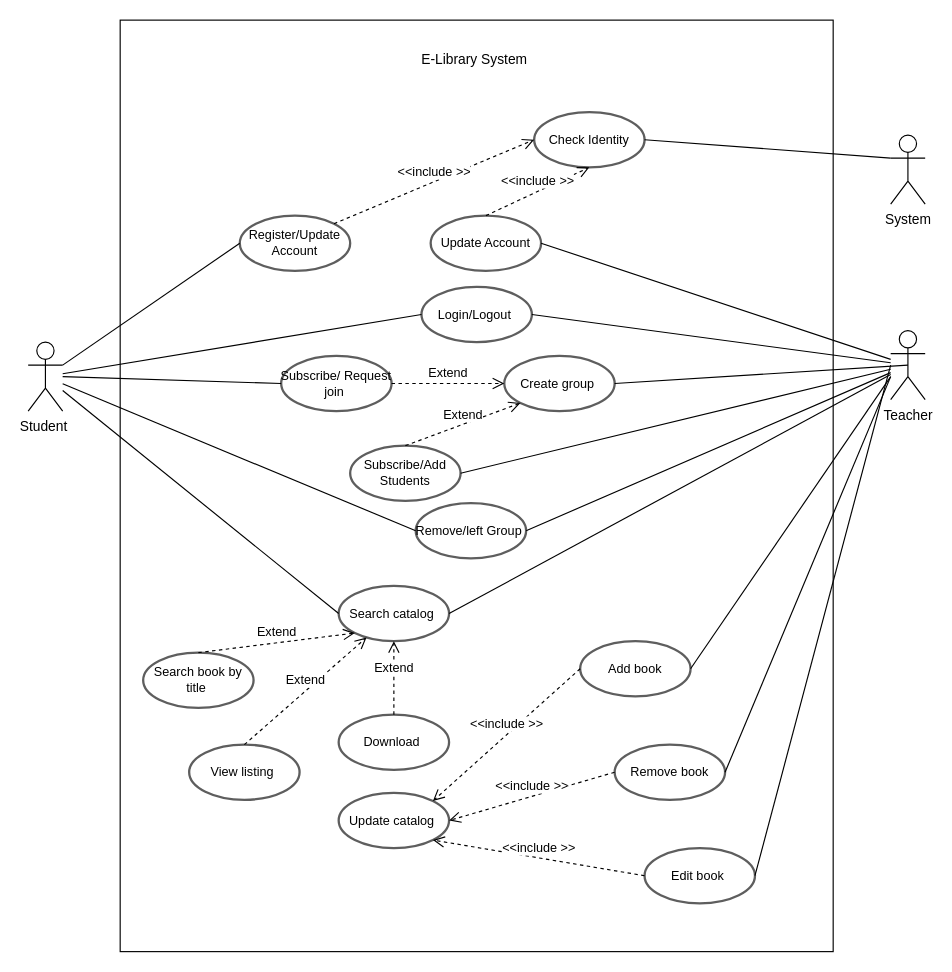
Before: ATM Diagram.drawio in Phearun2020/Appsimple, a draw.io diagram. Source tidied: cells renumbered, new cells numbered last; positions are measured from the earlier drawing's top-left corner, leaving out a move shared by most shapes. Both pictures are drawn from the tidied source at 115%, with x=0, y=0 at pixel (28, 20).
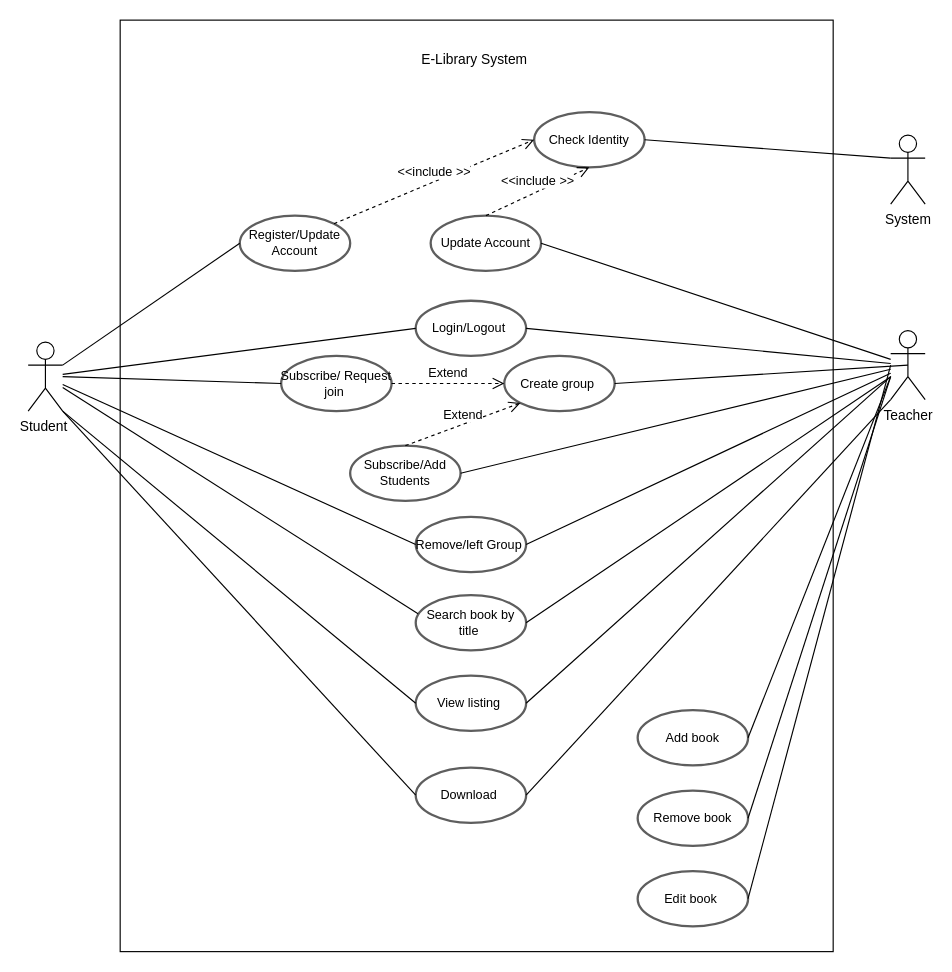
The same diagram, later.

Unchanged cells that the change refers to:
```xml
<mxCell id="3" value="Student&amp;nbsp;" style="shape=umlActor;verticalLabelPosition=bottom;verticalAlign=top;html=1;outlineConnect=0;" parent="1" vertex="1">
  <mxGeometry y="280" width="30" height="60" as="geometry" />
</mxCell>
<mxCell id="4" value="Teacher" style="shape=umlActor;verticalLabelPosition=bottom;verticalAlign=top;html=1;outlineConnect=0;" parent="1" vertex="1">
  <mxGeometry x="750" y="270" width="30" height="60" as="geometry" />
</mxCell>
```

What changed in the source:
```diff
@@
     <mxCell id="11" value="Remove/left Group&amp;nbsp;" style="html=1;overflow=block;whiteSpace=wrap;ellipse;whiteSpace=wrap;fontSize=11;spacing=3;strokeColor=#5e5e5e;strokeOpacity=100;rounded=1;absoluteArcSize=1;arcSize=7;strokeWidth=2;" parent="1" vertex="1">
-      <mxGeometry x="337" y="420" width="96" height="48" as="geometry" />
+      <mxGeometry x="337" y="432" width="96" height="48" as="geometry" />
     </mxCell>
@@
     <mxCell id="15" value="Login/Logout&amp;nbsp;" style="html=1;overflow=block;whiteSpace=wrap;ellipse;whiteSpace=wrap;fontSize=11;spacing=3;strokeColor=#5e5e5e;strokeOpacity=100;rounded=1;absoluteArcSize=1;arcSize=7;strokeWidth=2;" parent="1" vertex="1">
-      <mxGeometry x="342" y="232" width="96" height="48" as="geometry" />
+      <mxGeometry x="337" y="244" width="96" height="48" as="geometry" />
     </mxCell>
@@
-    <mxCell id="23" value="Search catalog&amp;nbsp;" style="html=1;overflow=block;whiteSpace=wrap;ellipse;whiteSpace=wrap;fontSize=11;spacing=3;strokeColor=#5e5e5e;strokeOpacity=100;rounded=1;absoluteArcSize=1;arcSize=7;strokeWidth=2;" parent="1" vertex="1">
-      <mxGeometry x="270" y="492" width="96" height="48" as="geometry" />
-    </mxCell>
     <mxCell id="24" value="Search book by title&amp;nbsp;" style="html=1;overflow=block;whiteSpace=wrap;ellipse;whiteSpace=wrap;fontSize=11;spacing=3;strokeColor=#5e5e5e;strokeOpacity=100;rounded=1;absoluteArcSize=1;arcSize=7;strokeWidth=2;" parent="1" vertex="1">
-      <mxGeometry x="100" y="550" width="96" height="48" as="geometry" />
+      <mxGeometry x="337" y="500" width="96" height="48" as="geometry" />
     </mxCell>
     <mxCell id="25" value="View listing&amp;nbsp;" style="html=1;overflow=block;whiteSpace=wrap;ellipse;whiteSpace=wrap;fontSize=11;spacing=3;strokeColor=#5e5e5e;strokeOpacity=100;rounded=1;absoluteArcSize=1;arcSize=7;strokeWidth=2;" parent="1" vertex="1">
-      <mxGeometry x="140" y="630" width="96" height="48" as="geometry" />
+      <mxGeometry x="337" y="570" width="96" height="48" as="geometry" />
     </mxCell>
     <mxCell id="26" value="Download&amp;nbsp;" style="html=1;overflow=block;whiteSpace=wrap;ellipse;whiteSpace=wrap;fontSize=11;spacing=3;strokeColor=#5e5e5e;strokeOpacity=100;rounded=1;absoluteArcSize=1;arcSize=7;strokeWidth=2;" parent="1" vertex="1">
-      <mxGeometry x="270" y="604" width="96" height="48" as="geometry" />
+      <mxGeometry x="337" y="650" width="96" height="48" as="geometry" />
     </mxCell>
-    <mxCell id="27" value="Extend" style="html=1;verticalAlign=bottom;endArrow=open;dashed=1;endSize=8;exitX=0.5;exitY=0;exitDx=0;exitDy=0;entryX=0;entryY=1;entryDx=0;entryDy=0;" parent="1" edge="1" source="24" target="23">
-      <mxGeometry relative="1" as="geometry" />
-    </mxCell>
     <mxCell id="28" value="Add book" style="html=1;overflow=block;whiteSpace=wrap;ellipse;whiteSpace=wrap;fontSize=11;spacing=3;strokeColor=#5e5e5e;strokeOpacity=100;rounded=1;absoluteArcSize=1;arcSize=7;strokeWidth=2;" parent="1" vertex="1">
-      <mxGeometry x="480" y="540" width="96" height="48" as="geometry" />
+      <mxGeometry x="530" y="600" width="96" height="48" as="geometry" />
     </mxCell>
-    <mxCell id="29" value="Extend" style="html=1;verticalAlign=bottom;endArrow=open;dashed=1;endSize=8;exitX=0.5;exitY=0;exitDx=0;exitDy=0;" parent="1" edge="1" source="25" target="23">
-      <mxGeometry relative="1" as="geometry" />
-    </mxCell>
-    <mxCell id="30" value="Extend" style="html=1;verticalAlign=bottom;endArrow=open;dashed=1;endSize=8;exitX=0.5;exitY=0;exitDx=0;exitDy=0;entryX=0.5;entryY=1;entryDx=0;entryDy=0;" parent="1" edge="1" source="26" target="23">
-      <mxGeometry relative="1" as="geometry" />
-    </mxCell>
-    <mxCell id="31" style="endArrow=none;html=1;exitX=0;exitY=0.5;exitDx=0;exitDy=0;" parent="1" edge="1" source="23" target="3">
+    <mxCell id="31" style="endArrow=none;html=1;exitX=0.021;exitY=0.337;exitDx=0;exitDy=0;exitPerimeter=0;" parent="1" edge="1" source="24" target="3">
       <mxGeometry relative="1" as="geometry" />
     </mxCell>
-    <mxCell id="32" style="endArrow=none;html=1;exitX=1;exitY=0.5;exitDx=0;exitDy=0;" parent="1" edge="1" source="23" target="4">
+    <mxCell id="32" style="endArrow=none;html=1;exitX=1;exitY=0.5;exitDx=0;exitDy=0;" parent="1" edge="1" source="24" target="4">
       <mxGeometry relative="1" as="geometry" />
     </mxCell>
     <mxCell id="33" value="Edit book&amp;nbsp;" style="html=1;overflow=block;whiteSpace=wrap;ellipse;whiteSpace=wrap;fontSize=11;spacing=3;strokeColor=#5e5e5e;strokeOpacity=100;rounded=1;absoluteArcSize=1;arcSize=7;strokeWidth=2;" parent="1" vertex="1">
-      <mxGeometry x="536" y="720" width="96" height="48" as="geometry" />
+      <mxGeometry x="530" y="740" width="96" height="48" as="geometry" />
     </mxCell>
     <mxCell id="34" value="Remove book" style="html=1;overflow=block;whiteSpace=wrap;ellipse;whiteSpace=wrap;fontSize=11;spacing=3;strokeColor=#5e5e5e;strokeOpacity=100;rounded=1;absoluteArcSize=1;arcSize=7;strokeWidth=2;" parent="1" vertex="1">
-      <mxGeometry x="510" y="630" width="96" height="48" as="geometry" />
+      <mxGeometry x="530" y="670" width="96" height="48" as="geometry" />
     </mxCell>
-    <mxCell id="35" value="Update catalog&amp;nbsp;" style="html=1;overflow=block;whiteSpace=wrap;ellipse;whiteSpace=wrap;fontSize=11;spacing=3;strokeColor=#5e5e5e;strokeOpacity=100;rounded=1;absoluteArcSize=1;arcSize=7;strokeWidth=2;" parent="1" vertex="1">
-      <mxGeometry x="270" y="672" width="96" height="48" as="geometry" />
-    </mxCell>
-    <mxCell id="36" value="&amp;lt;&amp;lt;include &amp;gt;&amp;gt;" style="html=1;verticalAlign=bottom;endArrow=open;dashed=1;endSize=8;exitX=0;exitY=0.5;exitDx=0;exitDy=0;entryX=1;entryY=0;entryDx=0;entryDy=0;" parent="1" edge="1" source="28" target="35">
-      <mxGeometry relative="1" as="geometry" />
-    </mxCell>
-    <mxCell id="37" value="&amp;lt;&amp;lt;include &amp;gt;&amp;gt;" style="html=1;verticalAlign=bottom;endArrow=open;dashed=1;endSize=8;exitX=0;exitY=0.5;exitDx=0;exitDy=0;entryX=1;entryY=0.5;entryDx=0;entryDy=0;" parent="1" edge="1" source="34" target="35">
-      <mxGeometry relative="1" as="geometry" />
-    </mxCell>
-    <mxCell id="38" value="&amp;lt;&amp;lt;include &amp;gt;&amp;gt;" style="html=1;verticalAlign=bottom;endArrow=open;dashed=1;endSize=8;exitX=0;exitY=0.5;exitDx=0;exitDy=0;entryX=1;entryY=1;entryDx=0;entryDy=0;" parent="1" edge="1" source="33" target="35">
-      <mxGeometry relative="1" as="geometry" />
-    </mxCell>
@@
+    <mxCell id="48" style="endArrow=none;html=1;exitX=1;exitY=1;exitDx=0;exitDy=0;exitPerimeter=0;entryX=0;entryY=0.5;entryDx=0;entryDy=0;" parent="1" edge="1" source="3" target="25">
+      <mxGeometry relative="1" as="geometry" />
+    </mxCell>
+    <mxCell id="49" style="endArrow=none;html=1;exitX=1;exitY=0.5;exitDx=0;exitDy=0;" parent="1" edge="1" source="25">
+      <mxGeometry relative="1" as="geometry">
+        <mxPoint x="750" y="310" as="targetPoint" />
+      </mxGeometry>
+    </mxCell>
+    <mxCell id="50" style="endArrow=none;html=1;entryX=0;entryY=0.5;entryDx=0;entryDy=0;" parent="1" edge="1" target="26">
+      <mxGeometry relative="1" as="geometry">
+        <mxPoint x="30" y="340" as="sourcePoint" />
+      </mxGeometry>
+    </mxCell>
+    <mxCell id="51" style="endArrow=none;html=1;entryX=0;entryY=1;entryDx=0;entryDy=0;entryPerimeter=0;exitX=1;exitY=0.5;exitDx=0;exitDy=0;" parent="1" edge="1" source="26" target="4">
+      <mxGeometry relative="1" as="geometry" />
+    </mxCell>
```
